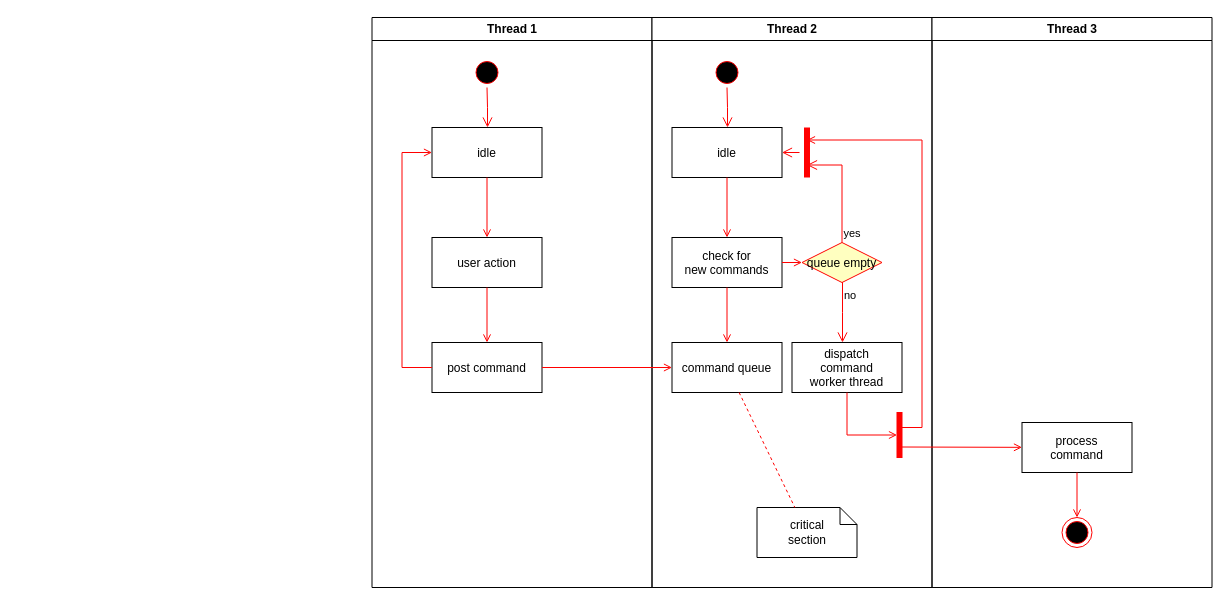
This is universal-engine/boss_configuration.drawio from karlchan-cn/drawio-repository, a draw.io file, before an edit. Source tidied: cells renumbered, new cells numbered last; positions are measured from the earlier drawing's top-left corner, leaving out a move shared by most shapes. Both pictures are drawn from the tidied source at 100%, with x=0, y=0 at pixel (371, 17).
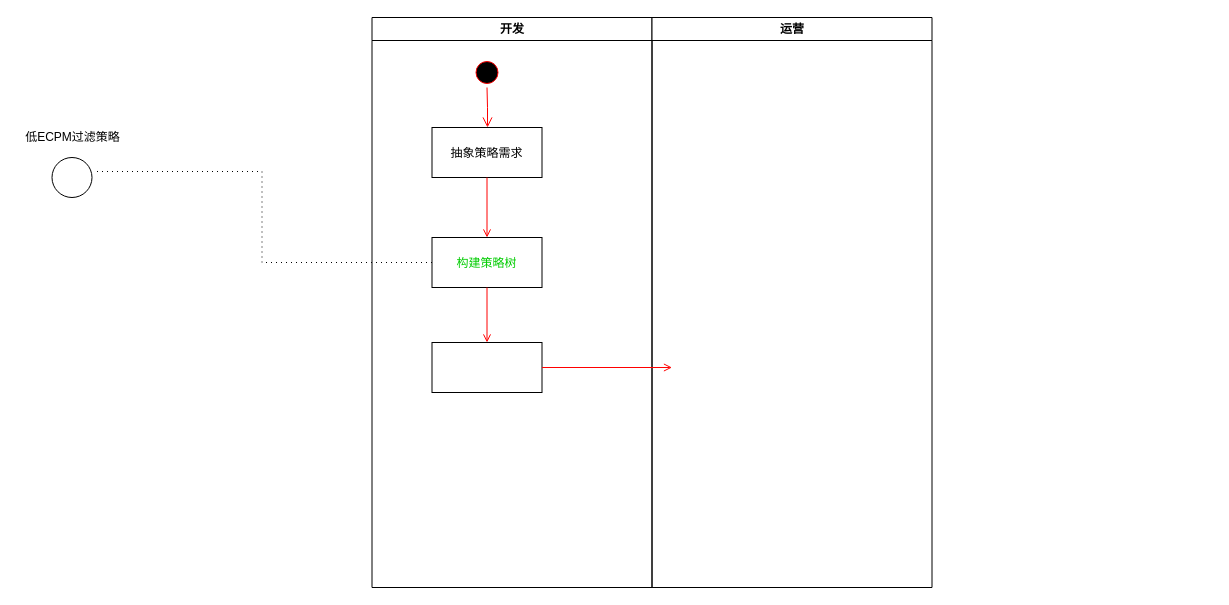
After the change.

Change to the diagram source:
```diff
@@
-    <mxCell id="2" value="Thread 1" style="swimlane;whiteSpace=wrap;" parent="1" vertex="1">
+    <mxCell id="2" value="开发" style="swimlane;whiteSpace=wrap;" parent="1" vertex="1">
       <mxGeometry x="0.5" width="280" height="570" as="geometry" />
     </mxCell>
@@
-    <mxCell id="5" value="idle" parent="2" vertex="1">
+    <mxCell id="5" value="抽象策略需求" parent="2" vertex="1">
       <mxGeometry x="60" y="110" width="110" height="50" as="geometry" />
     </mxCell>
-    <mxCell id="6" value="user action" parent="2" vertex="1">
+    <mxCell id="6" value="构建策略树" style="fontColor=#00CC00;" parent="2" vertex="1">
       <mxGeometry x="60" y="220" width="110" height="50" as="geometry" />
     </mxCell>
@@
-    <mxCell id="8" value="post command" parent="2" vertex="1">
+    <mxCell id="8" parent="2" vertex="1">
       <mxGeometry x="60" y="325" width="110" height="50" as="geometry" />
     </mxCell>
@@
-    <mxCell id="10" style="edgeStyle=elbowEdgeStyle;elbow=horizontal;strokeColor=#FF0000;endArrow=open;endFill=1;rounded=0;" parent="2" edge="1" source="8" target="5">
-      <mxGeometry relative="1" as="geometry">
-        <Array as="points">
-          <mxPoint x="30" y="250" />
-        </Array>
-      </mxGeometry>
-    </mxCell>
-    <mxCell id="11" value="Thread 2" style="swimlane;whiteSpace=wrap;" parent="1" vertex="1">
+    <mxCell id="11" value="运营" style="swimlane;whiteSpace=wrap;" parent="1" vertex="1">
       <mxGeometry x="280.5" width="280" height="570" as="geometry" />
     </mxCell>
-    <mxCell id="12" style="ellipse;shape=startState;fillColor=#000000;strokeColor=#ff0000;" parent="11" vertex="1">
-      <mxGeometry x="60" y="40" width="30" height="30" as="geometry" />
-    </mxCell>
-    <mxCell id="13" style="edgeStyle=elbowEdgeStyle;elbow=horizontal;verticalAlign=bottom;endArrow=open;endSize=8;strokeColor=#FF0000;endFill=1;rounded=0;" parent="11" edge="1" source="12" target="14">
-      <mxGeometry x="40" y="20" as="geometry" />
-    </mxCell>
-    <mxCell id="14" value="idle" parent="11" vertex="1">
-      <mxGeometry x="20" y="110" width="110" height="50" as="geometry" />
-    </mxCell>
-    <mxCell id="15" value="check for &#10;new commands" parent="11" vertex="1">
-      <mxGeometry x="20" y="220" width="110" height="50" as="geometry" />
-    </mxCell>
-    <mxCell id="16" style="endArrow=open;strokeColor=#FF0000;endFill=1;rounded=0;" parent="11" edge="1" source="14" target="15">
-      <mxGeometry relative="1" as="geometry" />
-    </mxCell>
-    <mxCell id="17" value="command queue" parent="11" vertex="1">
-      <mxGeometry x="20" y="325" width="110" height="50" as="geometry" />
-    </mxCell>
-    <mxCell id="18" style="endArrow=open;strokeColor=#FF0000;endFill=1;rounded=0;" parent="11" edge="1" source="15" target="17">
-      <mxGeometry relative="1" as="geometry" />
-    </mxCell>
-    <mxCell id="19" value="queue empty" style="rhombus;fillColor=#ffffc0;strokeColor=#ff0000;" parent="11" vertex="1">
-      <mxGeometry x="150" y="225" width="80" height="40" as="geometry" />
-    </mxCell>
-    <mxCell id="20" value="yes" style="edgeStyle=elbowEdgeStyle;elbow=horizontal;align=left;verticalAlign=bottom;endArrow=open;endSize=8;strokeColor=#FF0000;exitX=0.5;exitY=0;endFill=1;rounded=0;entryX=0.75;entryY=0.5;entryPerimeter=0;" parent="11" edge="1" source="19" target="23">
-      <mxGeometry x="-1" relative="1" as="geometry">
-        <Array as="points">
-          <mxPoint x="190" y="180" />
-        </Array>
-      </mxGeometry>
-    </mxCell>
-    <mxCell id="21" value="no" style="edgeStyle=elbowEdgeStyle;elbow=horizontal;align=left;verticalAlign=top;endArrow=open;endSize=8;strokeColor=#FF0000;endFill=1;rounded=0;" parent="11" edge="1" source="19" target="25">
-      <mxGeometry x="-1" relative="1" as="geometry" />
-    </mxCell>
-    <mxCell id="22" style="endArrow=open;strokeColor=#FF0000;endFill=1;rounded=0;" parent="11" edge="1" source="15" target="19">
-      <mxGeometry relative="1" as="geometry" />
-    </mxCell>
-    <mxCell id="23" style="shape=line;strokeWidth=6;strokeColor=#ff0000;rotation=90;" parent="11" vertex="1">
-      <mxGeometry x="130" y="127.5" width="50" height="15" as="geometry" />
-    </mxCell>
-    <mxCell id="24" style="edgeStyle=elbowEdgeStyle;elbow=horizontal;verticalAlign=bottom;endArrow=open;endSize=8;strokeColor=#FF0000;endFill=1;rounded=0;" parent="11" edge="1" source="23" target="14">
-      <mxGeometry x="130" y="90" as="geometry" />
-    </mxCell>
-    <mxCell id="25" value="dispatch&#10;command&#10;worker thread" parent="11" vertex="1">
-      <mxGeometry x="140" y="325" width="110" height="50" as="geometry" />
-    </mxCell>
-    <mxCell id="26" value="critical&#10;section" style="shape=note;whiteSpace=wrap;size=17;" parent="11" vertex="1">
-      <mxGeometry x="105" y="490" width="100" height="50" as="geometry" />
-    </mxCell>
-    <mxCell id="27" style="endArrow=none;strokeColor=#FF0000;endFill=0;rounded=0;dashed=1;" parent="11" edge="1" source="17" target="26">
-      <mxGeometry relative="1" as="geometry" />
-    </mxCell>
-    <mxCell id="28" style="whiteSpace=wrap;strokeColor=#FF0000;fillColor=#FF0000;" parent="11" vertex="1">
-      <mxGeometry x="245" y="395" width="5" height="45" as="geometry" />
-    </mxCell>
-    <mxCell id="29" style="edgeStyle=elbowEdgeStyle;elbow=horizontal;entryX=0;entryY=0.5;strokeColor=#FF0000;endArrow=open;endFill=1;rounded=0;" parent="11" edge="1" source="25" target="28">
-      <mxGeometry relative="1" as="geometry">
-        <Array as="points">
-          <mxPoint x="195" y="400" />
-        </Array>
-      </mxGeometry>
-    </mxCell>
-    <mxCell id="30" value="Thread 3" style="swimlane;whiteSpace=wrap;" parent="1" vertex="1">
-      <mxGeometry x="560.5" width="280" height="570" as="geometry" />
-    </mxCell>
-    <mxCell id="31" value="process&#10;command" parent="30" vertex="1">
-      <mxGeometry x="90" y="405" width="110" height="50" as="geometry" />
-    </mxCell>
-    <mxCell id="32" style="edgeStyle=elbowEdgeStyle;elbow=horizontal;strokeColor=#FF0000;endArrow=open;endFill=1;rounded=0;entryX=0.25;entryY=0.5;entryPerimeter=0;" parent="30" edge="1" target="23">
-      <mxGeometry relative="1" as="geometry">
-        <mxPoint x="-30" y="410" as="sourcePoint" />
-        <Array as="points">
-          <mxPoint x="-10" y="135" />
-        </Array>
-      </mxGeometry>
-    </mxCell>
-    <mxCell id="33" style="edgeStyle=none;strokeColor=#FF0000;endArrow=open;endFill=1;rounded=0;" parent="30" edge="1" target="31">
-      <mxGeometry relative="1" as="geometry">
-        <mxPoint x="-30" y="429.5" as="sourcePoint" />
-      </mxGeometry>
-    </mxCell>
-    <mxCell id="34" style="ellipse;shape=endState;fillColor=#000000;strokeColor=#ff0000;" parent="30" vertex="1">
-      <mxGeometry x="130" y="500" width="30" height="30" as="geometry" />
-    </mxCell>
-    <mxCell id="35" style="endArrow=open;strokeColor=#FF0000;endFill=1;rounded=0;" parent="30" edge="1" source="31" target="34">
-      <mxGeometry relative="1" as="geometry" />
-    </mxCell>
-    <mxCell id="36" style="endArrow=open;strokeColor=#FF0000;endFill=1;rounded=0;" parent="1" edge="1" source="8" target="17">
-      <mxGeometry relative="1" as="geometry" />
+    <mxCell id="36" style="endArrow=open;strokeColor=#FF0000;endFill=1;rounded=0;" parent="1" edge="1" source="8">
+      <mxGeometry relative="1" as="geometry">
+        <mxPoint x="300.5" y="350" as="targetPoint" />
+      </mxGeometry>
     </mxCell>
+    <mxCell id="37" style="ellipse;whiteSpace=wrap;html=1;fontColor=#00CC00;" parent="1" vertex="1">
+      <mxGeometry x="-319.5" y="140" width="40" height="40" as="geometry" />
+    </mxCell>
+    <mxCell id="38" value="低ECPM过滤策略" style="text;html=1;align=center;verticalAlign=middle;strokeColor=none;fillColor=none;fontColor=#000000;" parent="1" vertex="1">
+      <mxGeometry x="-354.5" y="110" width="110" height="20" as="geometry" />
+    </mxCell>
+    <mxCell id="39" style="edgeStyle=orthogonalEdgeStyle;rounded=0;jettySize=auto;html=1;entryX=1.025;entryY=0.35;entryDx=0;entryDy=0;entryPerimeter=0;fontColor=#000000;strokeColor=#000000;endArrow=none;endFill=0;dashed=1;dashPattern=1 4;" parent="1" edge="1" source="6" target="37">
+      <mxGeometry relative="1" as="geometry">
+        <Array as="points">
+          <mxPoint x="-109.5" y="245" />
+          <mxPoint x="-109.5" y="154" />
+        </Array>
+      </mxGeometry>
+    </mxCell>
```
